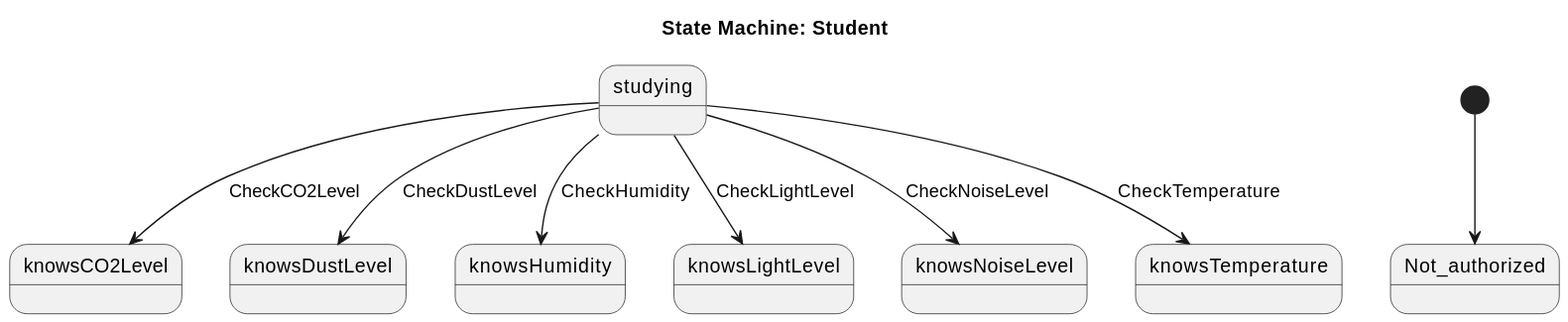
The PlantUML diagram Documentation/Analysis/states/StudyHelper_Student.state.svg in SEP4Real/SEP4, before a commit. Its diagram source:
```plantuml
@startuml
title State Machine: Student
state knowsCO2Level
state knowsDustLevel
state knowsHumidity
state knowsLightLevel
state knowsNoiseLevel
state knowsTemperature
state studying

[*] --> Not_authorized
studying --> knowsNoiseLevel : CheckNoiseLevel
studying --> knowsLightLevel : CheckLightLevel
studying --> knowsCO2Level : CheckCO2Level
studying --> knowsTemperature : CheckTemperature
studying --> knowsHumidity : CheckHumidity
studying --> knowsDustLevel : CheckDustLevel
@enduml
```
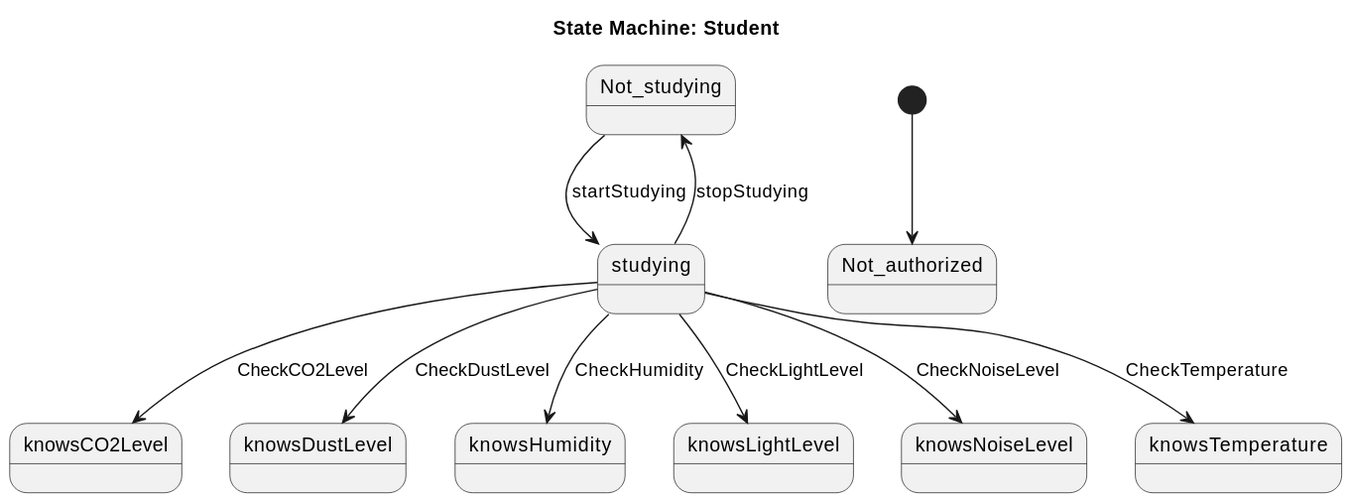
Above is the later version.

The edit, as a diff of the source:
```diff
@@ -1,5 +1,6 @@
 @startuml
 title State Machine: Student
+state Not_studying
 state knowsCO2Level
 state knowsDustLevel
 state knowsHumidity
@@ -15,4 +16,6 @@
 studying --> knowsTemperature : CheckTemperature
 studying --> knowsHumidity : CheckHumidity
 studying --> knowsDustLevel : CheckDustLevel
+Not_studying --> studying : startStudying
+studying --> Not_studying : stopStudying
 @enduml
```
